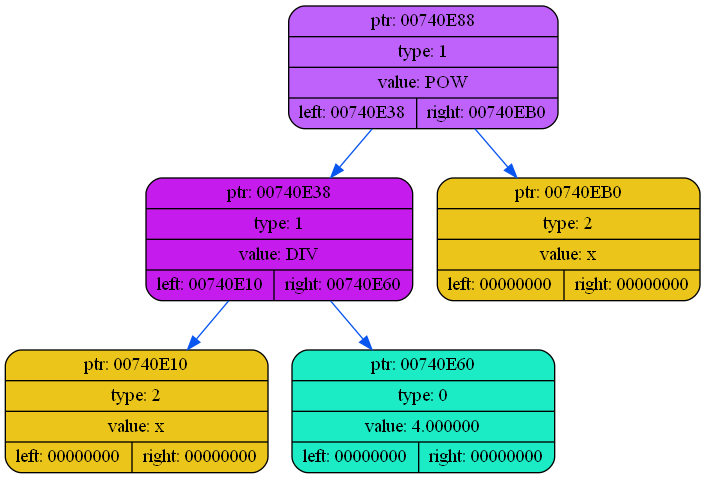
Earlier version of the Graphviz export dump/dump1.png (coffee8cat/differentiator). Its source is kept beside it as dump/dump1.dot.
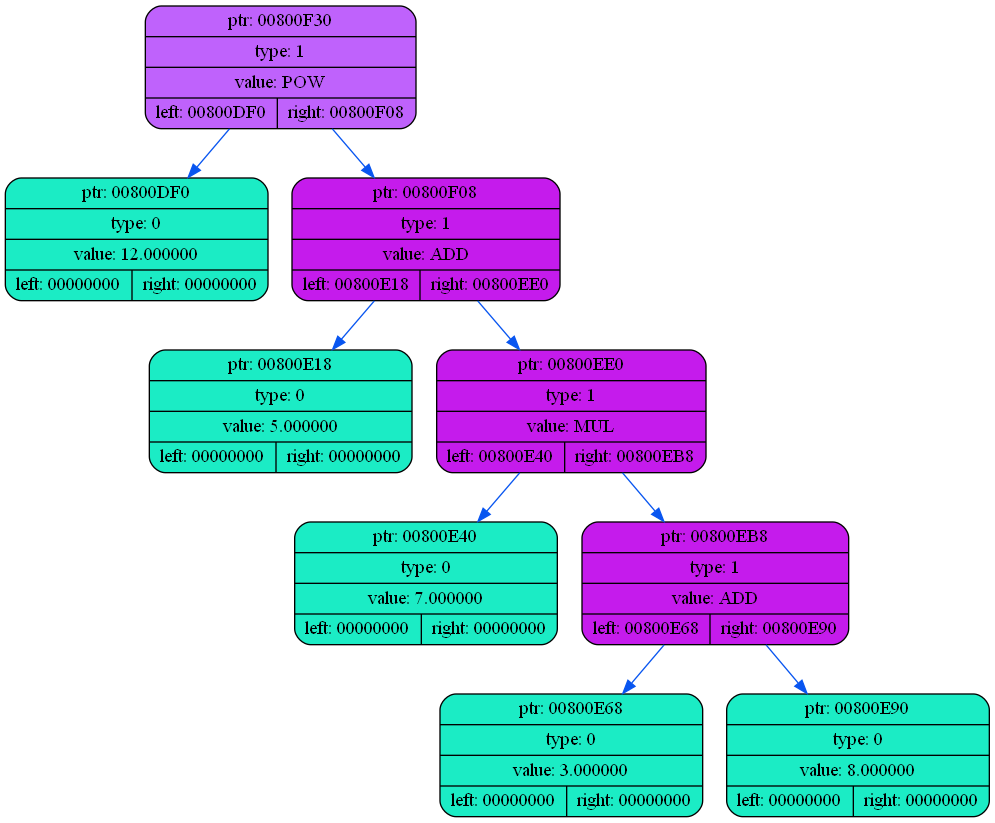
Above is the later version.

The edit, as a diff of the source:
```diff
@@ -2,13 +2,21 @@
 {
     rankdir=TP
 
-        node00740E88[shape=record,style="rounded,filled",fillcolor="#BF62FC",label="{ ptr: 00740E88 | type: 1 | value: POW| { left: 00740E38 | right: 00740EB0 }}"];
-    node00740E88 -> node00740E38[color="#0855F0"]
-    node00740E38[shape=record,style="rounded,filled",fillcolor="#C51BEC",label="{ ptr: 00740E38 | type: 1 | value: DIV| { left: 00740E10 | right: 00740E60 }}"];
-    node00740E38 -> node00740E10[color="#0855F0"]
-    node00740E10[shape=record,style="rounded,filled",fillcolor="#ECC51B",label="{ ptr: 00740E10 | type: 2 | value: x| { left: 00000000 | right: 00000000 }}"];
-    node00740E38 -> node00740E60[color="#0855F0"]
-    node00740E60[shape=record,style="rounded,filled",fillcolor="#1BECC5",label="{ ptr: 00740E60 | type: 0 | value: 4.000000| { left: 00000000 | right: 00000000 }}"];
-    node00740E88 -> node00740EB0[color="#0855F0"]
-    node00740EB0[shape=record,style="rounded,filled",fillcolor="#ECC51B",label="{ ptr: 00740EB0 | type: 2 | value: x| { left: 00000000 | right: 00000000 }}"];
+        node00800F30[shape=record,style="rounded,filled",fillcolor="#BF62FC",label="{ ptr: 00800F30 | type: 1 | value: POW| { left: 00800DF0 | right: 00800F08 }}"];
+    node00800F30 -> node00800DF0[color="#0855F0"]
+    node00800DF0[shape=record,style="rounded,filled",fillcolor="#1BECC5",label="{ ptr: 00800DF0 | type: 0 | value: 12.000000| { left: 00000000 | right: 00000000 }}"];
+    node00800F30 -> node00800F08[color="#0855F0"]
+    node00800F08[shape=record,style="rounded,filled",fillcolor="#C51BEC",label="{ ptr: 00800F08 | type: 1 | value: ADD| { left: 00800E18 | right: 00800EE0 }}"];
+    node00800F08 -> node00800E18[color="#0855F0"]
+    node00800E18[shape=record,style="rounded,filled",fillcolor="#1BECC5",label="{ ptr: 00800E18 | type: 0 | value: 5.000000| { left: 00000000 | right: 00000000 }}"];
+    node00800F08 -> node00800EE0[color="#0855F0"]
+    node00800EE0[shape=record,style="rounded,filled",fillcolor="#C51BEC",label="{ ptr: 00800EE0 | type: 1 | value: MUL| { left: 00800E40 | right: 00800EB8 }}"];
+    node00800EE0 -> node00800E40[color="#0855F0"]
+    node00800E40[shape=record,style="rounded,filled",fillcolor="#1BECC5",label="{ ptr: 00800E40 | type: 0 | value: 7.000000| { left: 00000000 | right: 00000000 }}"];
+    node00800EE0 -> node00800EB8[color="#0855F0"]
+    node00800EB8[shape=record,style="rounded,filled",fillcolor="#C51BEC",label="{ ptr: 00800EB8 | type: 1 | value: ADD| { left: 00800E68 | right: 00800E90 }}"];
+    node00800EB8 -> node00800E68[color="#0855F0"]
+    node00800E68[shape=record,style="rounded,filled",fillcolor="#1BECC5",label="{ ptr: 00800E68 | type: 0 | value: 3.000000| { left: 00000000 | right: 00000000 }}"];
+    node00800EB8 -> node00800E90[color="#0855F0"]
+    node00800E90[shape=record,style="rounded,filled",fillcolor="#1BECC5",label="{ ptr: 00800E90 | type: 0 | value: 8.000000| { left: 00000000 | right: 00000000 }}"];
 }
```
